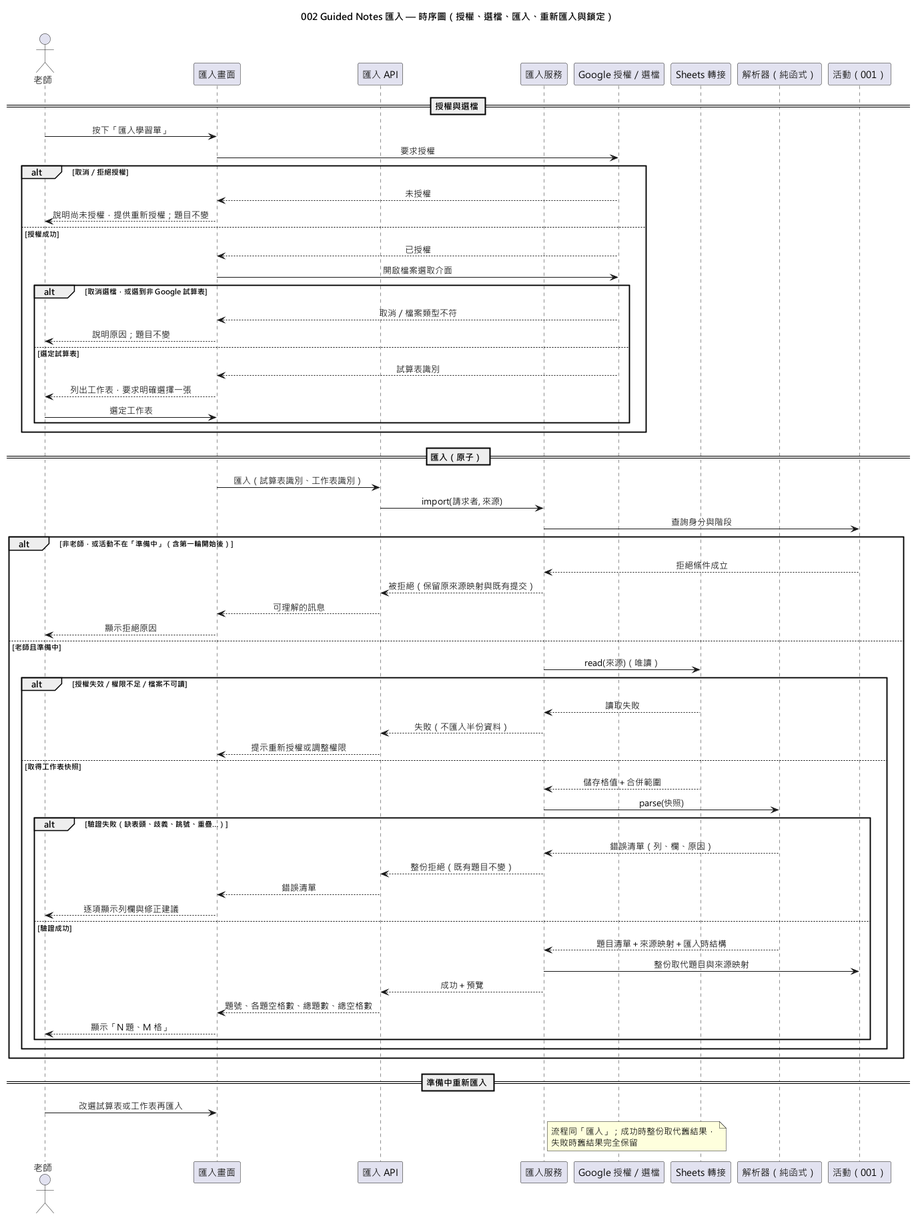
Above: diagrams/002-guided-notes-import-sequence.png in EricC430/lecture-answer-first_group16_speckit (PlantUML), before the change.
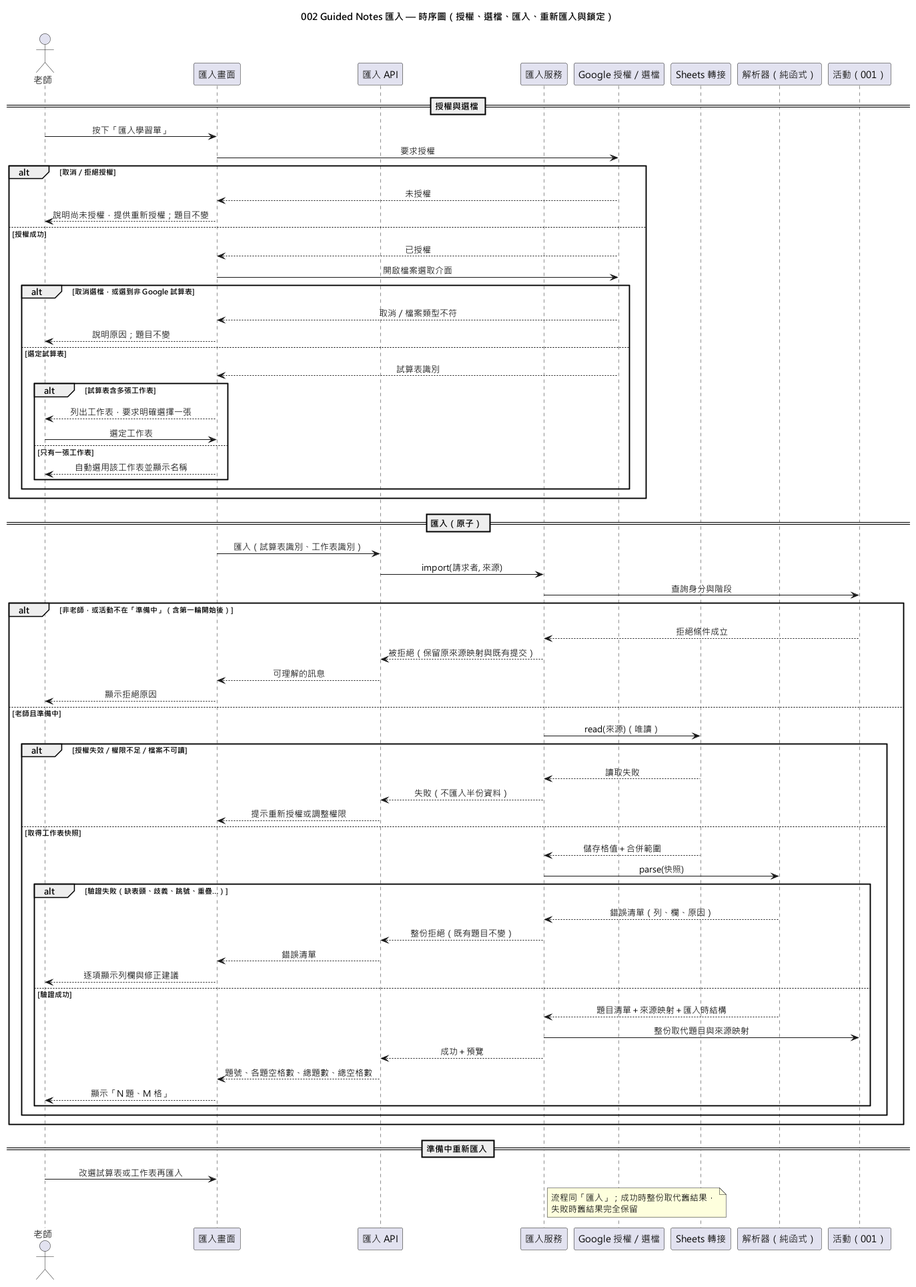
After the commit.

What changed in the source:
```diff
@@ -26,8 +26,12 @@
     UI --> T : 說明原因；題目不變
   else 選定試算表
     G --> UI : 試算表識別
-    UI --> T : 列出工作表，要求明確選擇一張
-    T -> UI : 選定工作表
+    alt 試算表含多張工作表
+      UI --> T : 列出工作表，要求明確選擇一張
+      T -> UI : 選定工作表
+    else 只有一張工作表
+      UI --> T : 自動選用該工作表並顯示名稱
+    end
   end
 end
 
```
